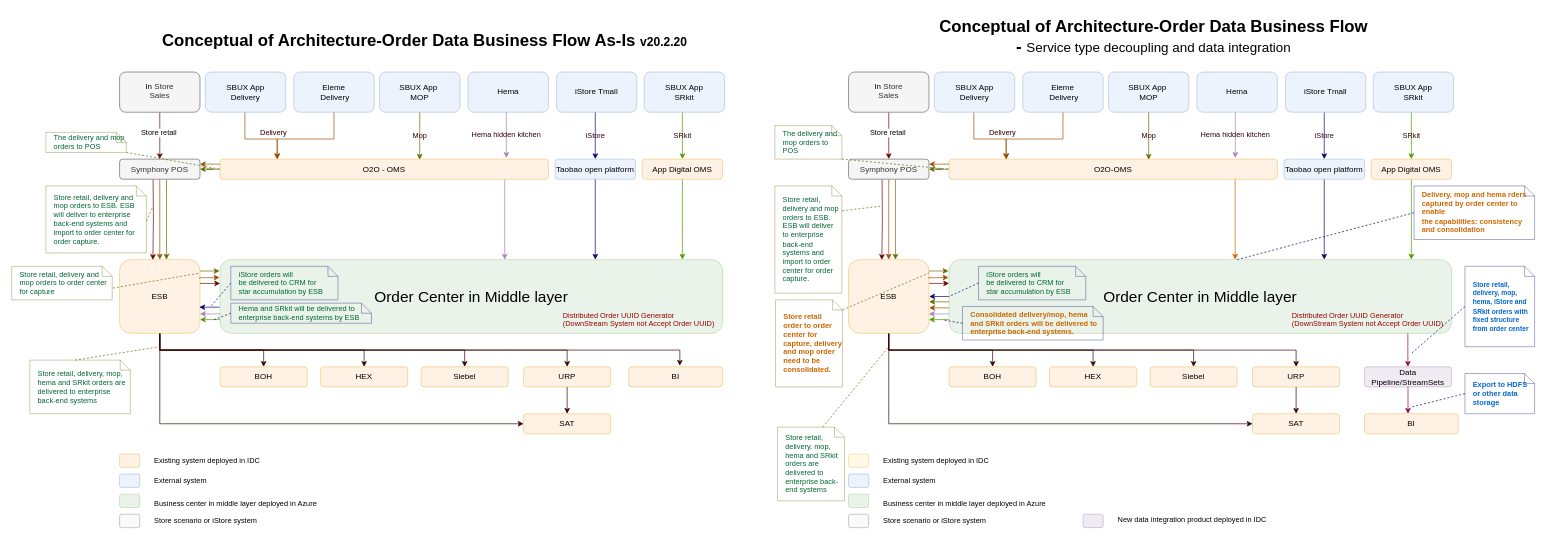
Before: page "B - Order Center" (2 of 5) of Mid Layer Platform Order Business Flow Arch.drawio in sotheair/designs, a draw.io diagram. Source tidied: cells renumbered, new cells numbered last; positions are measured from the earlier drawing's top-left corner, leaving out a move shared by most shapes. Both pictures are drawn from the tidied source at 67%, with x=0, y=0 at pixel (11, 11).
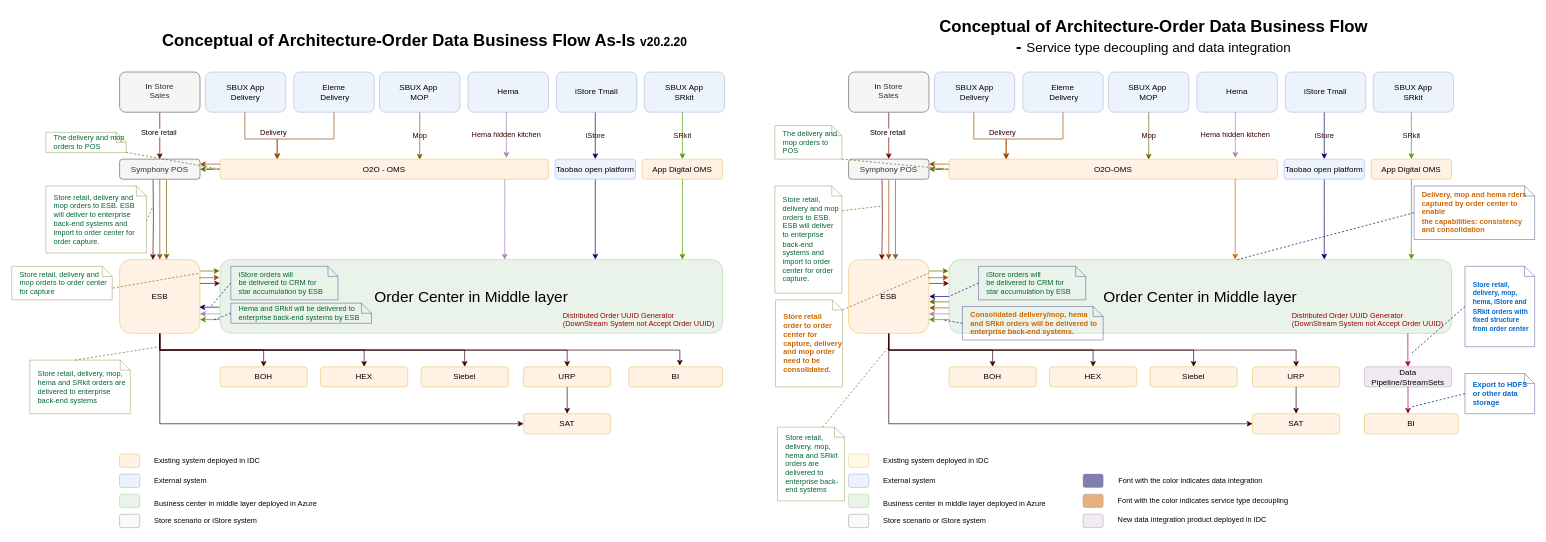
The same page after the edit.

What changed in the source:
```diff
@@
+    <mxCell id="154" style="rounded=1;whiteSpace=wrap;html=1;fillColor=#CC6600;strokeColor=#9673a6;opacity=50;" parent="1" vertex="1">
+      <mxGeometry x="1599" y="720" width="30" height="20" as="geometry" />
+    </mxCell>
+    <mxCell id="155" style="rounded=1;whiteSpace=wrap;html=1;fillColor=#000066;strokeColor=#9673a6;opacity=50;" parent="1" vertex="1">
+      <mxGeometry x="1599" y="690" width="30" height="20" as="geometry" />
+    </mxCell>
+    <mxCell id="156" value="Font with the color indicates service type decoupling" style="text;html=1;strokeColor=none;fillColor=none;align=left;verticalAlign=middle;whiteSpace=wrap;rounded=0;fontSize=11;fontColor=none;opacity=50;" parent="1" vertex="1">
+      <mxGeometry x="1649" y="720" width="294" height="20" as="geometry" />
+    </mxCell>
+    <mxCell id="157" value="Font with the color indicates data integration" style="text;html=1;strokeColor=none;fillColor=none;align=left;verticalAlign=middle;whiteSpace=wrap;rounded=0;fontSize=11;fontColor=none;opacity=50;" parent="1" vertex="1">
+      <mxGeometry x="1650" y="690" width="260" height="20" as="geometry" />
+    </mxCell>
```
